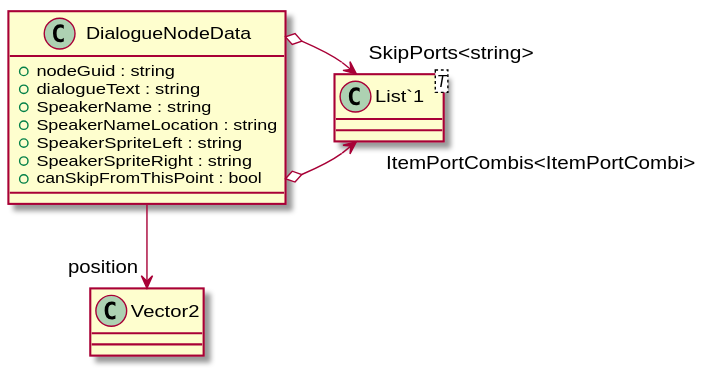
This is UML/Dialogue/RunTime/DialogueNodeData.svg from robinsuurs/Mallow_Mysterie, a PlantUML export, as it was before one commit.
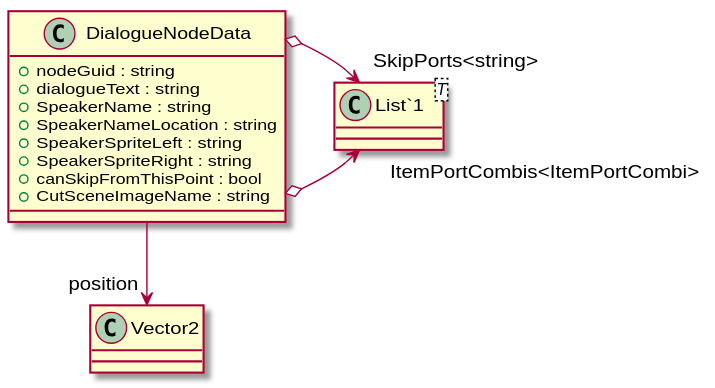
Above is the later version.

Change to the diagram source:
```diff
@@ -7,6 +7,7 @@
     + SpeakerSpriteLeft : string
     + SpeakerSpriteRight : string
     + canSkipFromThisPoint : bool
+    + CutSceneImageName : string
 }
 class "List`1"<T> {
 }
```
